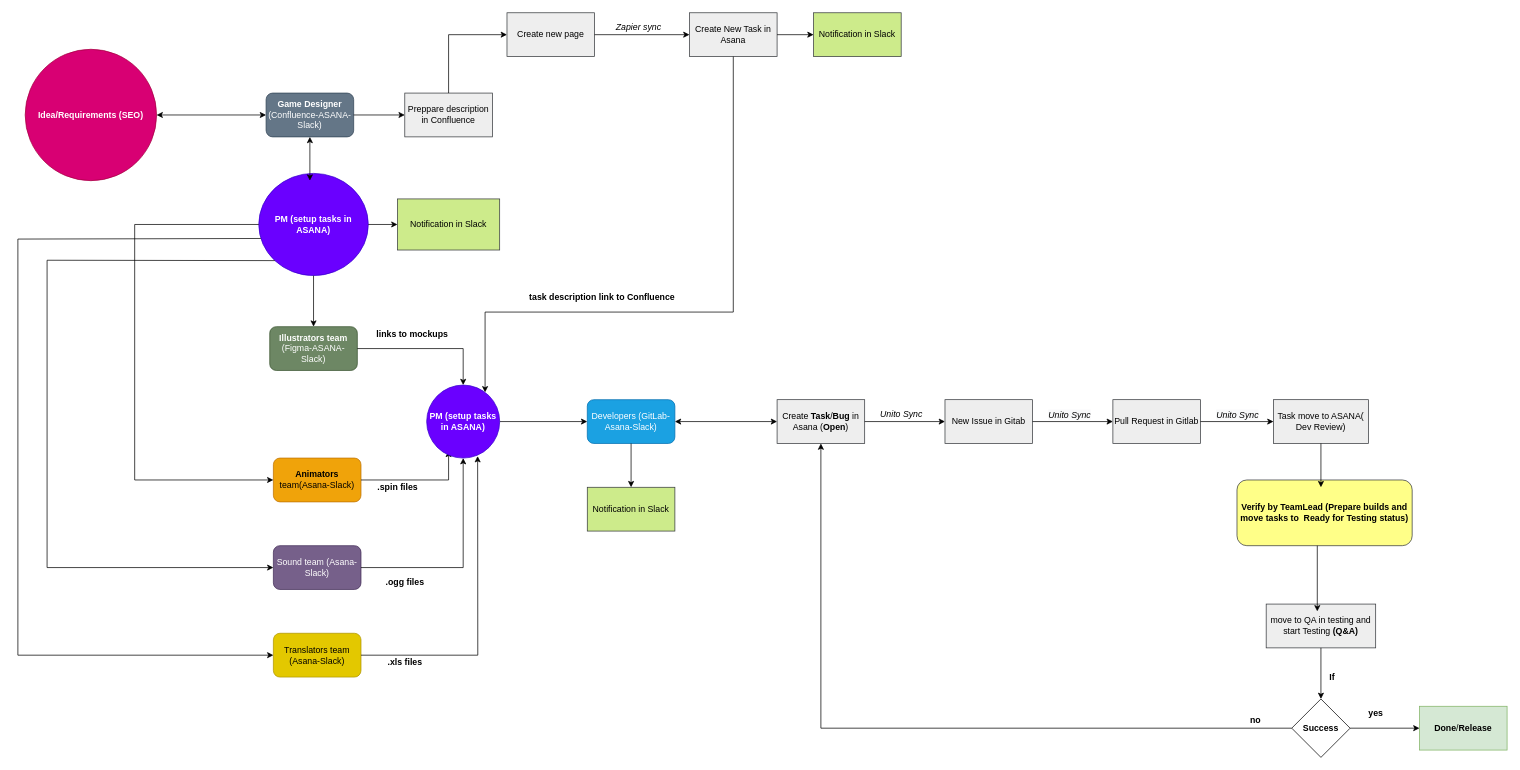
Above: Sky network BP Diagram.drawio in annastazi09/blog (draw.io), before the change. Source tidied: cells renumbered, new cells numbered last; positions are measured from the earlier drawing's top-left corner, leaving out a move shared by most shapes. Both pictures are drawn from the tidied source at 73%, with x=0, y=0 at pixel (18, 12).
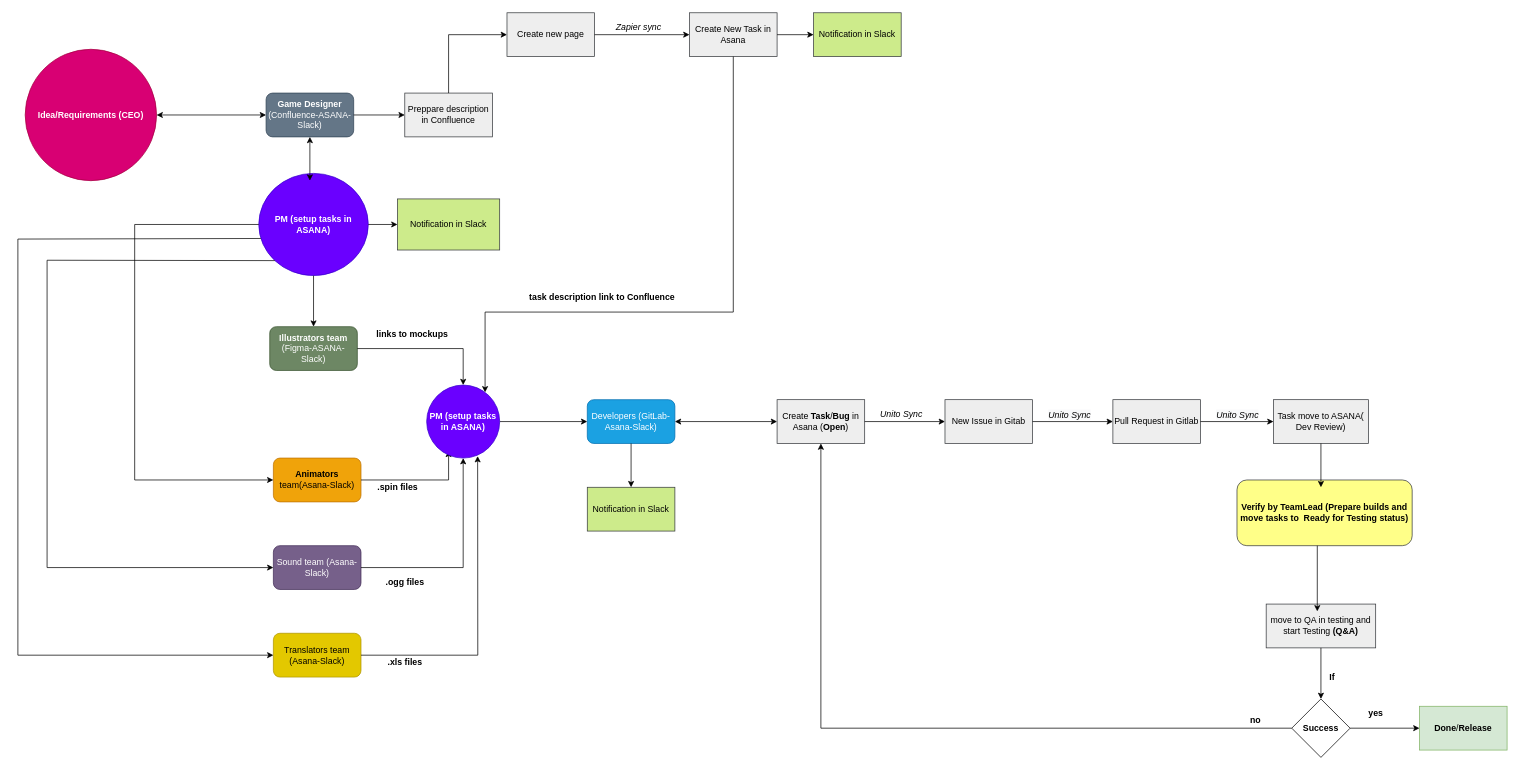
The same diagram, later.

The edit, as a diff of the source:
```diff
@@
-    <mxCell id="2" value="&lt;b&gt;Idea/Requirements (SEO)&lt;/b&gt;" style="ellipse;whiteSpace=wrap;html=1;fillColor=#d80073;fontColor=#ffffff;strokeColor=#A50040;" parent="1" vertex="1">
+    <mxCell id="2" value="&lt;b&gt;Idea/Requirements (CEO)&lt;/b&gt;" style="ellipse;whiteSpace=wrap;html=1;fillColor=#d80073;fontColor=#ffffff;strokeColor=#A50040;" parent="1" vertex="1">
       <mxGeometry x="10" y="50" width="180" height="180" as="geometry" />
     </mxCell>
```
